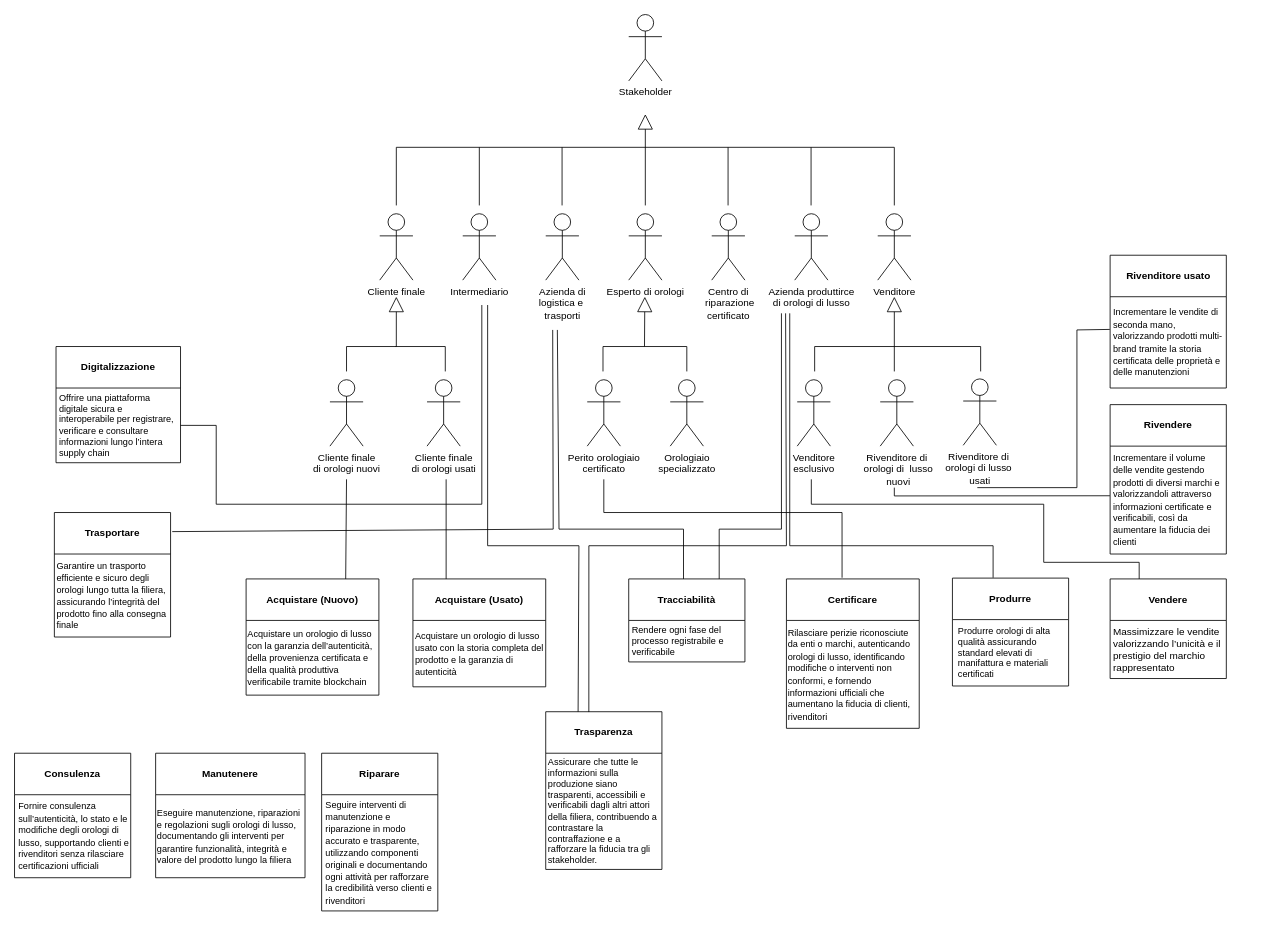
The draw.io diagram Diagrammi/SoftGoalDiagram.drawio in Vittorio92/ProgettoSistemiInformativi, before the edit. Source tidied: cells renumbered, new cells numbered last; positions are measured from the earlier drawing's top-left corner, leaving out a move shared by most shapes. Both pictures are drawn from the tidied source at 83%, with x=0, y=0 at pixel (14, 14).
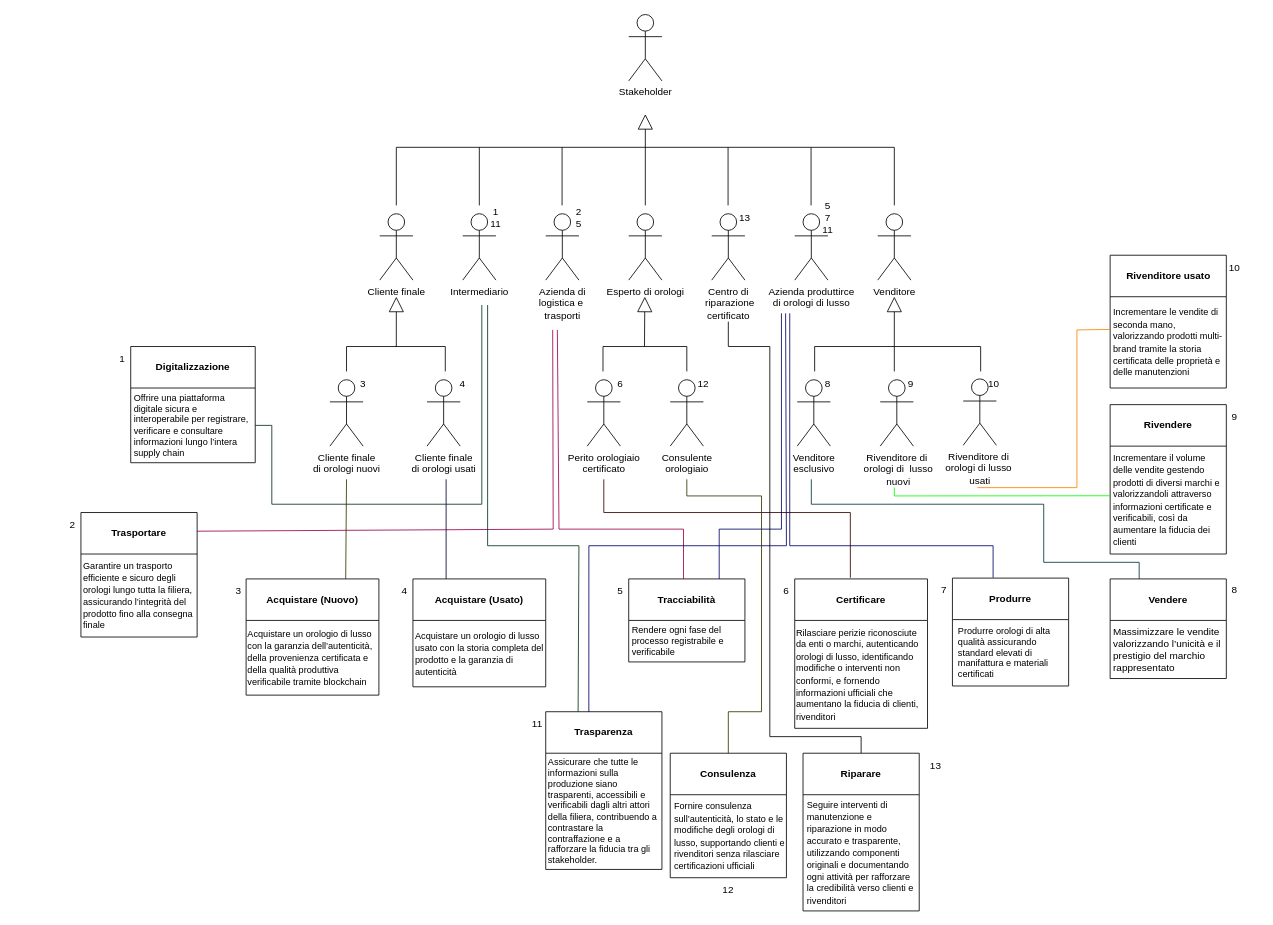
After the change.

Commit message (it also covers changes not shown here):
Modifica softGoalDiagram ed esportazione prime immagini

The change refers to these unchanged cells:
```xml
<mxCell id="34" value="&lt;b&gt;Acquistare (Nuovo)&lt;/b&gt;" style="swimlane;fontStyle=0;horizontal=1;startSize=50;whiteSpace=wrap;html=1;" parent="1" vertex="1">
  <mxGeometry x="279" y="680" width="160" height="140" as="geometry" />
</mxCell>
<mxCell id="36" value="&lt;b&gt;Acquistare (Usato)&lt;/b&gt;" style="swimlane;fontStyle=0;horizontal=1;startSize=50;whiteSpace=wrap;html=1;" parent="1" vertex="1">
  <mxGeometry x="480" y="680" width="160" height="130" as="geometry" />
</mxCell>
<mxCell id="40" value="&lt;b&gt;Vendere&lt;/b&gt;" style="swimlane;fontStyle=0;horizontal=1;startSize=50;whiteSpace=wrap;html=1;" parent="1" vertex="1">
  <mxGeometry x="1320" y="680" width="140" height="120" as="geometry" />
</mxCell>
<mxCell id="43" value="&lt;font style=&quot;font-size: 11px;&quot;&gt;Incrementare il volume delle vendite gestendo prodotti di diversi marchi e valorizzandoli attraverso informazioni certificate e verificabili, così da aumentare la fiducia dei clienti&lt;/font&gt;" style="text;html=1;whiteSpace=wrap;strokeColor=none;fillColor=none;align=left;verticalAlign=middle;rounded=0;spacingLeft=2;" parent="42" vertex="1">
  <mxGeometry y="50" width="140" height="130" as="geometry" />
</mxCell>
<mxCell id="45" value="Offrire una piattaforma digitale sicura e interoperabile per registrare, verificare e consultare informazioni lungo l’intera supply chain" style="text;html=1;whiteSpace=wrap;strokeColor=none;fillColor=none;align=left;verticalAlign=middle;rounded=0;fontSize=11;spacingLeft=2;" parent="44" vertex="1">
  <mxGeometry y="50" width="150" height="90" as="geometry" />
</mxCell>
<mxCell id="46" value="&lt;b&gt;Trasparenza&lt;/b&gt;" style="swimlane;fontStyle=0;horizontal=1;startSize=50;whiteSpace=wrap;html=1;" parent="1" vertex="1">
  <mxGeometry x="640" y="840" width="140" height="190" as="geometry" />
</mxCell>
<mxCell id="55" value="&lt;font style=&quot;font-size: 11px;&quot;&gt;Incrementare le vendite di seconda mano, valorizzando prodotti multi-brand tramite la storia certificata delle proprietà e delle manutenzioni&lt;/font&gt;" style="text;html=1;whiteSpace=wrap;strokeColor=none;fillColor=none;align=left;verticalAlign=middle;rounded=0;spacingLeft=2;" parent="54" vertex="1">
  <mxGeometry y="50" width="140" height="110" as="geometry" />
</mxCell>
```

The edit, as a diff of the source:
```diff
@@
-    <mxCell id="21" value="Orologiaio&lt;div&gt;specializzato&lt;/div&gt;" style="shape=umlActor;verticalLabelPosition=bottom;verticalAlign=top;html=1;" parent="1" vertex="1">
+    <mxCell id="21" value="Consulente&lt;div&gt;orologiaio&lt;/div&gt;" style="shape=umlActor;verticalLabelPosition=bottom;verticalAlign=top;html=1;" parent="1" vertex="1">
       <mxGeometry x="790" y="440" width="40" height="80" as="geometry" />
     </mxCell>
@@
-    <mxCell id="30" value="&lt;b&gt;Manutenere&lt;/b&gt;" style="swimlane;fontStyle=0;horizontal=1;startSize=50;whiteSpace=wrap;html=1;" parent="1" vertex="1">
-      <mxGeometry x="170" y="890" width="180" height="150" as="geometry" />
-    </mxCell>
-    <mxCell id="31" value="&lt;font style=&quot;font-size: 11px;&quot;&gt;Eseguire manutenzione, riparazioni e regolazioni sugli orologi di lusso, documentando gli interventi per garantire funzionalità, integrità e valore del prodotto lungo la filiera&lt;/font&gt;" style="text;html=1;whiteSpace=wrap;strokeColor=none;fillColor=none;align=left;verticalAlign=middle;rounded=0;" parent="30" vertex="1">
-      <mxGeometry y="50" width="180" height="100" as="geometry" />
-    </mxCell>
     <mxCell id="32" value="&lt;b&gt;Certificare&lt;/b&gt;" style="swimlane;fontStyle=0;horizontal=1;startSize=50;whiteSpace=wrap;html=1;" parent="1" vertex="1">
-      <mxGeometry x="930" y="680" width="160" height="180" as="geometry" />
+      <mxGeometry x="940" y="680" width="160" height="180" as="geometry" />
     </mxCell>
@@
     <mxCell id="38" value="&lt;b&gt;Riparare&lt;/b&gt;" style="swimlane;fontStyle=0;horizontal=1;startSize=50;whiteSpace=wrap;html=1;" parent="1" vertex="1">
-      <mxGeometry x="370" y="890" width="140" height="190" as="geometry" />
+      <mxGeometry x="950" y="890" width="140" height="190" as="geometry" />
     </mxCell>
@@
     <mxCell id="44" value="&lt;b&gt;Digitalizzazione&lt;/b&gt;" style="swimlane;fontStyle=0;horizontal=1;startSize=50;whiteSpace=wrap;html=1;" parent="1" vertex="1">
-      <mxGeometry x="50" y="400" width="150" height="140" as="geometry" />
+      <mxGeometry x="140" y="400" width="150" height="140" as="geometry" />
     </mxCell>
@@
     <mxCell id="52" value="&lt;b&gt;Trasportare&lt;/b&gt;" style="swimlane;fontStyle=0;horizontal=1;startSize=50;whiteSpace=wrap;html=1;" parent="1" vertex="1">
-      <mxGeometry x="48" y="600" width="140" height="150" as="geometry" />
+      <mxGeometry x="80" y="600" width="140" height="150" as="geometry" />
     </mxCell>
@@
     <mxCell id="56" value="&lt;b&gt;Consulenza&lt;/b&gt;" style="swimlane;fontStyle=0;horizontal=1;startSize=50;whiteSpace=wrap;html=1;" parent="1" vertex="1">
-      <mxGeometry y="890" width="140" height="150" as="geometry" />
+      <mxGeometry x="790" y="890" width="140" height="150" as="geometry" />
     </mxCell>
@@
-    <mxCell id="58" style="endArrow=none;html=1;rounded=0;" parent="1" edge="1">
+    <mxCell id="58" style="endArrow=none;html=1;rounded=0;exitX=0.998;exitY=0.15;exitDx=0;exitDy=0;exitPerimeter=0;strokeColor=#99004D;" parent="1" edge="1" source="52">
       <mxGeometry relative="1" as="geometry">
-        <mxPoint x="190" y="623" as="sourcePoint" />
         <mxPoint x="648.4" y="380" as="targetPoint" />
         <Array as="points">
           <mxPoint x="649" y="620" />
         </Array>
       </mxGeometry>
     </mxCell>
-    <mxCell id="59" style="endArrow=none;html=1;rounded=0;exitX=0.25;exitY=0;exitDx=0;exitDy=0;" parent="1" edge="1" source="36">
+    <mxCell id="59" style="endArrow=none;html=1;rounded=0;exitX=0.25;exitY=0;exitDx=0;exitDy=0;strokeColor=#000033;" parent="1" edge="1" source="36">
       <mxGeometry relative="1" as="geometry">
         <mxPoint x="520" y="560" as="targetPoint" />
       </mxGeometry>
     </mxCell>
-    <mxCell id="60" style="endArrow=none;html=1;rounded=0;exitX=0.75;exitY=0;exitDx=0;exitDy=0;" parent="1" edge="1" source="34">
+    <mxCell id="60" style="endArrow=none;html=1;rounded=0;exitX=0.75;exitY=0;exitDx=0;exitDy=0;strokeColor=#333300;" parent="1" edge="1" source="34">
       <mxGeometry relative="1" as="geometry">
         <mxPoint x="400" y="560" as="targetPoint" />
       </mxGeometry>
     </mxCell>
-    <mxCell id="61" style="endArrow=none;html=1;rounded=0;" parent="1" edge="1" source="45">
+    <mxCell id="61" style="endArrow=none;html=1;rounded=0;fillColor=#a20025;strokeColor=#00331A;" parent="1" edge="1" source="45">
       <mxGeometry relative="1" as="geometry">
         <mxPoint x="563" y="350" as="targetPoint" />
         <Array as="points">
-          <mxPoint x="243" y="495" />
-          <mxPoint x="243" y="590" />
+          <mxPoint x="310" y="495" />
+          <mxPoint x="310" y="590" />
           <mxPoint x="563" y="590" />
         </Array>
       </mxGeometry>
     </mxCell>
-    <mxCell id="62" style="endArrow=none;html=1;rounded=0;" parent="1" edge="1">
+    <mxCell id="62" style="endArrow=none;html=1;rounded=0;strokeColor=#00331A;" parent="1" edge="1">
       <mxGeometry relative="1" as="geometry">
         <mxPoint x="679" y="840" as="sourcePoint" />
         <mxPoint x="570" y="350" as="targetPoint" />
         <Array as="points">
           <mxPoint x="680" y="640" />
           <mxPoint x="570" y="640" />
         </Array>
       </mxGeometry>
     </mxCell>
-    <mxCell id="63" style="endArrow=none;html=1;rounded=0;exitX=0.5;exitY=0;exitDx=0;exitDy=0;" parent="1" edge="1">
+    <mxCell id="63" style="endArrow=none;html=1;rounded=0;exitX=0.5;exitY=0;exitDx=0;exitDy=0;strokeColor=#99004D;" parent="1" edge="1">
       <mxGeometry relative="1" as="geometry">
         <mxPoint x="806" y="680" as="sourcePoint" />
         <mxPoint x="654" y="380" as="targetPoint" />
         <Array as="points">
           <mxPoint x="806" y="620" />
           <mxPoint x="656" y="620" />
         </Array>
       </mxGeometry>
     </mxCell>
-    <mxCell id="64" style="endArrow=none;html=1;rounded=0;exitX=0.419;exitY=-0.008;exitDx=0;exitDy=0;exitPerimeter=0;" parent="1" edge="1" source="32">
+    <mxCell id="64" style="endArrow=none;html=1;rounded=0;exitX=0.419;exitY=-0.008;exitDx=0;exitDy=0;exitPerimeter=0;strokeColor=#330000;" parent="1" edge="1" source="32">
       <mxGeometry relative="1" as="geometry">
         <mxPoint x="710" y="560" as="targetPoint" />
         <Array as="points">
-          <mxPoint x="997" y="600" />
+          <mxPoint x="1007" y="600" />
           <mxPoint x="710" y="600" />
         </Array>
       </mxGeometry>
     </mxCell>
-    <mxCell id="65" style="endArrow=none;html=1;rounded=0;exitX=0.371;exitY=0.002;exitDx=0;exitDy=0;exitPerimeter=0;" parent="1" edge="1" source="46">
+    <mxCell id="65" style="endArrow=none;html=1;rounded=0;exitX=0.371;exitY=0.002;exitDx=0;exitDy=0;exitPerimeter=0;strokeColor=#000066;" parent="1" edge="1" source="46">
       <mxGeometry relative="1" as="geometry">
         <mxPoint x="929" y="360" as="targetPoint" />
         <Array as="points">
           <mxPoint x="692" y="640" />
           <mxPoint x="930" y="640" />
         </Array>
       </mxGeometry>
     </mxCell>
-    <mxCell id="66" style="endArrow=none;html=1;rounded=0;exitX=0.75;exitY=0;exitDx=0;exitDy=0;" parent="1" edge="1">
+    <mxCell id="66" style="endArrow=none;html=1;rounded=0;exitX=0.75;exitY=0;exitDx=0;exitDy=0;strokeColor=#000066;" parent="1" edge="1">
       <mxGeometry relative="1" as="geometry">
         <mxPoint x="849" y="680" as="sourcePoint" />
         <mxPoint x="924" y="360" as="targetPoint" />
         <Array as="points">
           <mxPoint x="849" y="620" />
           <mxPoint x="924" y="620" />
         </Array>
       </mxGeometry>
     </mxCell>
-    <mxCell id="67" style="endArrow=none;html=1;rounded=0;exitX=0.357;exitY=-0.003;exitDx=0;exitDy=0;exitPerimeter=0;" parent="1" edge="1">
+    <mxCell id="67" style="endArrow=none;html=1;rounded=0;exitX=0.357;exitY=-0.003;exitDx=0;exitDy=0;exitPerimeter=0;strokeColor=#000066;" parent="1" edge="1">
       <mxGeometry relative="1" as="geometry">
         <mxPoint x="1179" y="678.6" as="sourcePoint" />
         <mxPoint x="934" y="360" as="targetPoint" />
         <Array as="points">
           <mxPoint x="1179" y="640" />
           <mxPoint x="934" y="640" />
         </Array>
       </mxGeometry>
     </mxCell>
-    <mxCell id="68" style="endArrow=none;html=1;rounded=0;exitX=0.25;exitY=0;exitDx=0;exitDy=0;" parent="1" edge="1" source="40">
+    <mxCell id="68" style="endArrow=none;html=1;rounded=0;exitX=0.25;exitY=0;exitDx=0;exitDy=0;strokeColor=#003333;" parent="1" edge="1" source="40">
       <mxGeometry relative="1" as="geometry">
         <mxPoint x="960" y="560" as="targetPoint" />
         <Array as="points">
           <mxPoint x="1355" y="660" />
           <mxPoint x="1240" y="660" />
           <mxPoint x="1240" y="590" />
           <mxPoint x="960" y="590" />
         </Array>
       </mxGeometry>
     </mxCell>
-    <mxCell id="69" style="endArrow=none;html=1;rounded=0;exitX=-0.002;exitY=0.46;exitDx=0;exitDy=0;exitPerimeter=0;" parent="1" edge="1" source="43">
+    <mxCell id="69" style="endArrow=none;html=1;rounded=0;exitX=-0.002;exitY=0.46;exitDx=0;exitDy=0;exitPerimeter=0;strokeColor=#00FF00;" parent="1" edge="1" source="43">
       <mxGeometry relative="1" as="geometry">
         <mxPoint x="1060" y="570" as="targetPoint" />
         <Array as="points">
           <mxPoint x="1060" y="580" />
         </Array>
       </mxGeometry>
     </mxCell>
-    <mxCell id="70" style="endArrow=none;html=1;rounded=0;exitX=-0.003;exitY=0.358;exitDx=0;exitDy=0;exitPerimeter=0;" parent="1" edge="1" source="55">
+    <mxCell id="70" style="endArrow=none;html=1;rounded=0;exitX=-0.003;exitY=0.358;exitDx=0;exitDy=0;exitPerimeter=0;strokeColor=#FF8000;" parent="1" edge="1" source="55">
       <mxGeometry relative="1" as="geometry">
         <mxPoint x="1160" y="570" as="targetPoint" />
         <Array as="points">
           <mxPoint x="1280" y="380" />
           <mxPoint x="1280" y="570" />
         </Array>
       </mxGeometry>
     </mxCell>
+    <mxCell id="71" style="endArrow=none;html=1;rounded=0;exitX=0.5;exitY=0;exitDx=0;exitDy=0;strokeColor=#333300;" parent="1" edge="1" source="56">
+      <mxGeometry relative="1" as="geometry">
+        <mxPoint x="810" y="560" as="targetPoint" />
+        <Array as="points">
+          <mxPoint x="860" y="840" />
+          <mxPoint x="900" y="840" />
+          <mxPoint x="900" y="580" />
+          <mxPoint x="810" y="580" />
+        </Array>
+      </mxGeometry>
+    </mxCell>
+    <mxCell id="72" style="endArrow=none;html=1;rounded=0;exitX=0.5;exitY=0;exitDx=0;exitDy=0;strokeColor=#000000;" parent="1" edge="1" source="38">
+      <mxGeometry relative="1" as="geometry">
+        <mxPoint x="860" y="370" as="targetPoint" />
+        <Array as="points">
+          <mxPoint x="1020" y="870" />
+          <mxPoint x="910" y="870" />
+          <mxPoint x="910" y="400" />
+          <mxPoint x="860" y="400" />
+        </Array>
+      </mxGeometry>
+    </mxCell>
+    <mxCell id="73" value="1" style="text;html=1;whiteSpace=wrap;strokeColor=none;fillColor=none;align=center;verticalAlign=middle;rounded=0;" parent="1" vertex="1">
+      <mxGeometry x="100" y="400" width="60" height="30" as="geometry" />
+    </mxCell>
+    <mxCell id="74" value="2" style="text;html=1;whiteSpace=wrap;strokeColor=none;fillColor=none;align=center;verticalAlign=middle;rounded=0;" parent="1" vertex="1">
+      <mxGeometry x="40" y="600" width="60" height="30" as="geometry" />
+    </mxCell>
+    <mxCell id="75" value="3" style="text;html=1;whiteSpace=wrap;strokeColor=none;fillColor=none;align=center;verticalAlign=middle;rounded=0;" parent="1" vertex="1">
+      <mxGeometry x="240" y="680" width="60" height="30" as="geometry" />
+    </mxCell>
+    <mxCell id="76" value="4" style="text;html=1;whiteSpace=wrap;strokeColor=none;fillColor=none;align=center;verticalAlign=middle;rounded=0;" parent="1" vertex="1">
+      <mxGeometry x="440" y="680" width="60" height="30" as="geometry" />
+    </mxCell>
+    <mxCell id="77" value="5" style="text;html=1;whiteSpace=wrap;strokeColor=none;fillColor=none;align=center;verticalAlign=middle;rounded=0;" parent="1" vertex="1">
+      <mxGeometry x="700" y="680" width="60" height="30" as="geometry" />
+    </mxCell>
+    <mxCell id="78" value="6" style="text;html=1;whiteSpace=wrap;strokeColor=none;fillColor=none;align=center;verticalAlign=middle;rounded=0;" parent="1" vertex="1">
+      <mxGeometry x="900" y="680" width="60" height="30" as="geometry" />
+    </mxCell>
+    <mxCell id="79" value="7" style="text;html=1;whiteSpace=wrap;strokeColor=none;fillColor=none;align=center;verticalAlign=middle;rounded=0;" parent="1" vertex="1">
+      <mxGeometry x="1090" y="679" width="60" height="30" as="geometry" />
+    </mxCell>
+    <mxCell id="80" value="8" style="text;html=1;whiteSpace=wrap;strokeColor=none;fillColor=none;align=center;verticalAlign=middle;rounded=0;" parent="1" vertex="1">
+      <mxGeometry x="1440" y="679" width="60" height="30" as="geometry" />
+    </mxCell>
+    <mxCell id="81" value="9" style="text;html=1;whiteSpace=wrap;strokeColor=none;fillColor=none;align=center;verticalAlign=middle;rounded=0;" parent="1" vertex="1">
+      <mxGeometry x="1440" y="470" width="60" height="30" as="geometry" />
+    </mxCell>
+    <mxCell id="82" value="10" style="text;html=1;whiteSpace=wrap;strokeColor=none;fillColor=none;align=center;verticalAlign=middle;rounded=0;" parent="1" vertex="1">
+      <mxGeometry x="1440" y="290" width="60" height="30" as="geometry" />
+    </mxCell>
+    <mxCell id="83" value="11" style="text;html=1;whiteSpace=wrap;strokeColor=none;fillColor=none;align=center;verticalAlign=middle;rounded=0;" parent="1" vertex="1">
+      <mxGeometry x="600" y="840" width="60" height="30" as="geometry" />
+    </mxCell>
+    <mxCell id="84" value="12" style="text;html=1;whiteSpace=wrap;strokeColor=none;fillColor=none;align=center;verticalAlign=middle;rounded=0;" parent="1" vertex="1">
+      <mxGeometry x="830" y="1040" width="60" height="30" as="geometry" />
+    </mxCell>
+    <mxCell id="85" value="13" style="text;html=1;whiteSpace=wrap;strokeColor=none;fillColor=none;align=center;verticalAlign=middle;rounded=0;" parent="1" vertex="1">
+      <mxGeometry x="1080" y="890" width="60" height="30" as="geometry" />
+    </mxCell>
+    <mxCell id="86" value="1&lt;div&gt;11&lt;/div&gt;" style="text;html=1;whiteSpace=wrap;strokeColor=none;fillColor=none;align=center;verticalAlign=middle;rounded=0;" parent="1" vertex="1">
+      <mxGeometry x="550" y="230" width="60" height="30" as="geometry" />
+    </mxCell>
+    <mxCell id="87" value="2&lt;div&gt;5&lt;/div&gt;" style="text;html=1;whiteSpace=wrap;strokeColor=none;fillColor=none;align=center;verticalAlign=middle;rounded=0;" parent="1" vertex="1">
+      <mxGeometry x="650" y="230" width="60" height="30" as="geometry" />
+    </mxCell>
+    <mxCell id="88" value="3" style="text;html=1;whiteSpace=wrap;strokeColor=none;fillColor=none;align=center;verticalAlign=middle;rounded=0;" parent="1" vertex="1">
+      <mxGeometry x="390" y="430" width="60" height="30" as="geometry" />
+    </mxCell>
+    <mxCell id="89" value="4" style="text;html=1;whiteSpace=wrap;strokeColor=none;fillColor=none;align=center;verticalAlign=middle;rounded=0;" parent="1" vertex="1">
+      <mxGeometry x="510" y="430" width="60" height="30" as="geometry" />
+    </mxCell>
+    <mxCell id="90" value="6" style="text;html=1;whiteSpace=wrap;strokeColor=none;fillColor=none;align=center;verticalAlign=middle;rounded=0;" parent="1" vertex="1">
+      <mxGeometry x="700" y="430" width="60" height="30" as="geometry" />
+    </mxCell>
+    <mxCell id="91" value="&lt;div&gt;5&lt;/div&gt;7&lt;div&gt;11&lt;/div&gt;" style="text;html=1;whiteSpace=wrap;strokeColor=none;fillColor=none;align=center;verticalAlign=middle;rounded=0;" parent="1" vertex="1">
+      <mxGeometry x="950" y="230" width="60" height="30" as="geometry" />
+    </mxCell>
+    <mxCell id="92" value="8" style="text;html=1;whiteSpace=wrap;strokeColor=none;fillColor=none;align=center;verticalAlign=middle;rounded=0;" parent="1" vertex="1">
+      <mxGeometry x="950" y="430" width="60" height="30" as="geometry" />
+    </mxCell>
+    <mxCell id="93" value="9" style="text;html=1;whiteSpace=wrap;strokeColor=none;fillColor=none;align=center;verticalAlign=middle;rounded=0;" parent="1" vertex="1">
+      <mxGeometry x="1050" y="430" width="60" height="30" as="geometry" />
+    </mxCell>
+    <mxCell id="94" value="10" style="text;html=1;whiteSpace=wrap;strokeColor=none;fillColor=none;align=center;verticalAlign=middle;rounded=0;" parent="1" vertex="1">
+      <mxGeometry x="1150" y="430" width="60" height="30" as="geometry" />
+    </mxCell>
+    <mxCell id="95" value="13" style="text;html=1;whiteSpace=wrap;strokeColor=none;fillColor=none;align=center;verticalAlign=middle;rounded=0;" parent="1" vertex="1">
+      <mxGeometry x="850" y="230" width="60" height="30" as="geometry" />
+    </mxCell>
+    <mxCell id="96" value="12" style="text;html=1;whiteSpace=wrap;strokeColor=none;fillColor=none;align=center;verticalAlign=middle;rounded=0;" parent="1" vertex="1">
+      <mxGeometry x="800" y="430" width="60" height="30" as="geometry" />
+    </mxCell>
```
